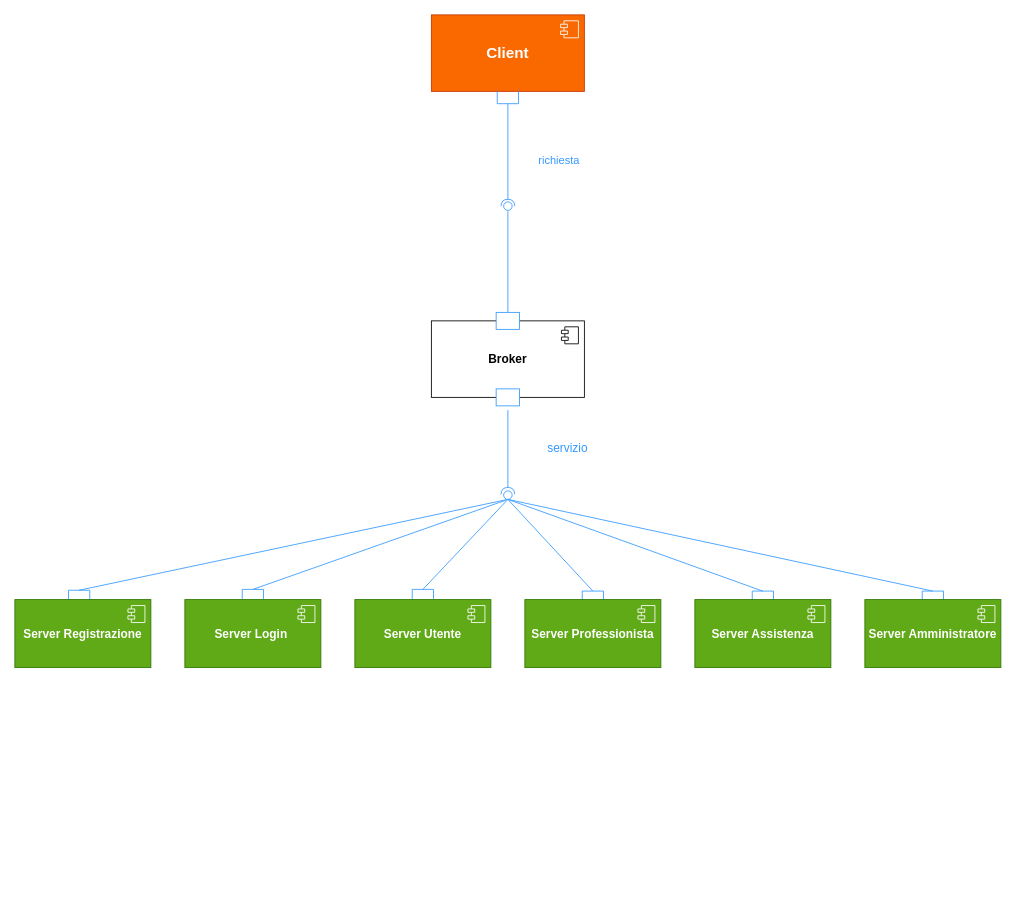
Iannicc/Pet-Party keeps this draw.io diagram as diagramma_componenti_nonFinito.drawio. Above is the earlier version. Source tidied: cells renumbered, new cells numbered last; positions are measured from the earlier drawing's top-left corner, leaving out a move shared by most shapes. Both pictures are drawn from the tidied source at 85%, with x=0, y=0 at pixel (14, 14).
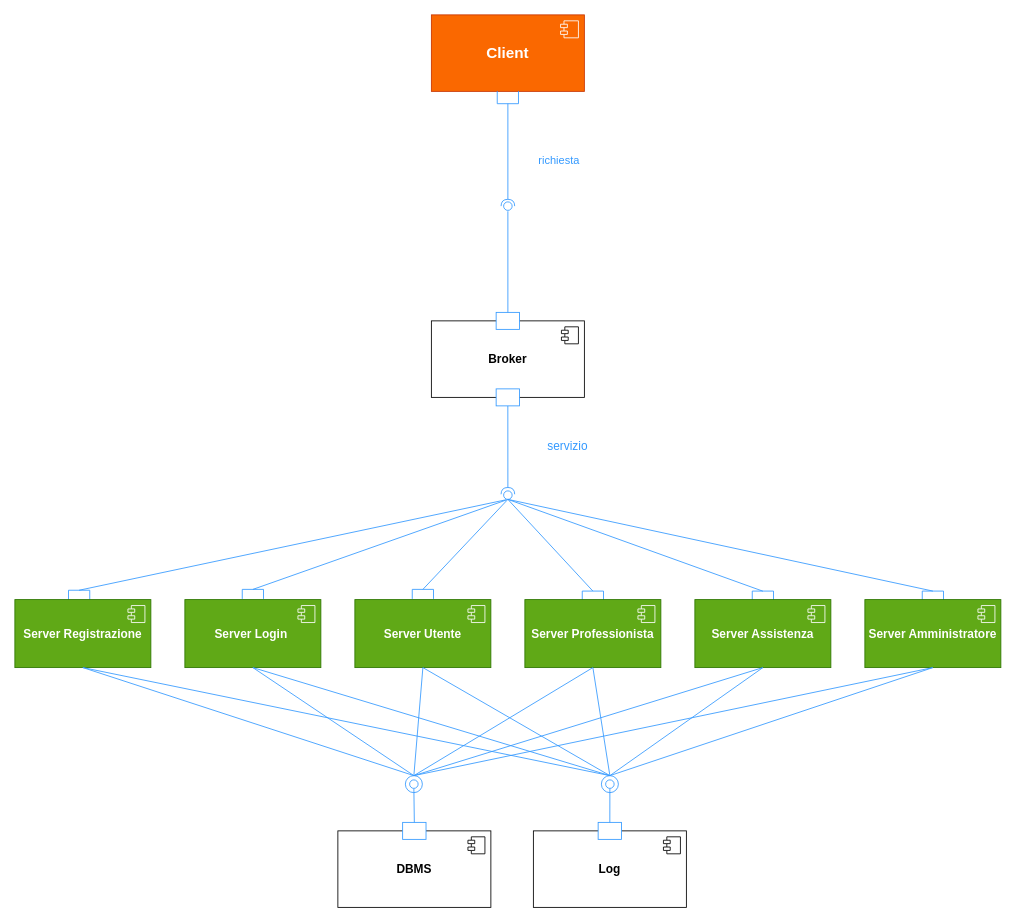
After the change.

Unchanged cells that the change refers to:
```xml
<mxCell id="15" style="rounded=0;whiteSpace=wrap;html=1;strokeColor=#3399FF;" parent="1" vertex="1">
  <mxGeometry x="566.2" y="440" width="27.5" height="20" as="geometry" />
</mxCell>
<mxCell id="16" value="Server Registrazione" style="html=1;whiteSpace=wrap;fillColor=#60a917;strokeColor=#2D7600;fontStyle=1;fontSize=14;fontColor=#ffffff;" parent="1" vertex="1">
  <mxGeometry y="687.9" width="160" height="80" as="geometry" />
</mxCell>
<mxCell id="28" value="Server Login&amp;nbsp;" style="html=1;whiteSpace=wrap;fillColor=#60a917;strokeColor=#2D7600;fontStyle=1;fontSize=14;fontColor=#ffffff;" parent="1" vertex="1">
  <mxGeometry x="200" y="687.9" width="160" height="80" as="geometry" />
</mxCell>
<mxCell id="30" value="Server Utente" style="html=1;whiteSpace=wrap;fillColor=#60a917;strokeColor=#2D7600;fontStyle=1;fontSize=14;fontColor=#ffffff;" parent="1" vertex="1">
  <mxGeometry x="400" y="687.9" width="160" height="80" as="geometry" />
</mxCell>
<mxCell id="32" value="Server Professionista" style="html=1;whiteSpace=wrap;fillColor=#60a917;strokeColor=#2D7600;fontStyle=1;fontSize=14;fontColor=#ffffff;" parent="1" vertex="1">
  <mxGeometry x="600" y="687.9" width="160" height="80" as="geometry" />
</mxCell>
<mxCell id="34" value="Server Assistenza" style="html=1;whiteSpace=wrap;fillColor=#60a917;strokeColor=#2D7600;fontStyle=1;fontSize=14;fontColor=#ffffff;" parent="1" vertex="1">
  <mxGeometry x="800" y="687.9" width="160" height="80" as="geometry" />
</mxCell>
<mxCell id="36" value="Server Amministratore" style="html=1;whiteSpace=wrap;fillColor=#60a917;strokeColor=#2D7600;fontStyle=1;fontSize=14;fontColor=#ffffff;" parent="1" vertex="1">
  <mxGeometry x="1000" y="687.9" width="160" height="80" as="geometry" />
</mxCell>
```

The edit, as a diff of the source:
```diff
@@
-    <mxCell id="12" value="servizio" style="rounded=0;orthogonalLoop=1;jettySize=auto;html=1;endArrow=halfCircle;endFill=0;endSize=6;strokeWidth=1;sketch=0;fillColor=#cce5ff;strokeColor=#3399FF;exitX=0.5;exitY=1;exitDx=0;exitDy=0;fontSize=14;fontColor=#3399FF;" parent="1" edge="1">
+    <mxCell id="12" value="servizio" style="rounded=0;jettySize=auto;html=1;endArrow=halfCircle;endFill=0;endSize=6;strokeWidth=1;sketch=0;fillColor=#cce5ff;strokeColor=#3399FF;exitX=0.5;exitY=1;exitDx=0;exitDy=0;fontSize=14;fontColor=#3399FF;" parent="1" edge="1" source="15">
       <mxGeometry x="-0.09" y="70" relative="1" as="geometry">
-        <mxPoint x="580" y="465" as="sourcePoint" />
         <mxPoint x="580" y="564" as="targetPoint" />
       </mxGeometry>
     </mxCell>
@@
+    <mxCell id="38" value="Log" style="html=1;whiteSpace=wrap;fontStyle=1;fontSize=14;" parent="1" vertex="1">
+      <mxGeometry x="610" y="960" width="180" height="90" as="geometry" />
+    </mxCell>
+    <mxCell id="39" style="shape=module;jettyWidth=8;jettyHeight=4;" parent="38" vertex="1">
+      <mxGeometry x="1" width="20" height="20" relative="1" as="geometry">
+        <mxPoint x="-27" y="7" as="offset" />
+      </mxGeometry>
+    </mxCell>
+    <mxCell id="40" value="DBMS" style="html=1;whiteSpace=wrap;fontStyle=1;fontSize=14;" parent="1" vertex="1">
+      <mxGeometry x="380" y="960" width="180" height="90" as="geometry" />
+    </mxCell>
+    <mxCell id="41" style="shape=module;jettyWidth=8;jettyHeight=4;" parent="40" vertex="1">
+      <mxGeometry x="1" width="20" height="20" relative="1" as="geometry">
+        <mxPoint x="-27" y="7" as="offset" />
+      </mxGeometry>
+    </mxCell>
+    <mxCell id="42" style="rounded=0;whiteSpace=wrap;html=1;strokeColor=#3399FF;" parent="1" vertex="1">
+      <mxGeometry x="456.2" y="950" width="27.5" height="20" as="geometry" />
+    </mxCell>
+    <mxCell id="43" style="rounded=0;whiteSpace=wrap;html=1;strokeColor=#3399FF;" parent="1" vertex="1">
+      <mxGeometry x="686.2" y="950" width="27.5" height="20" as="geometry" />
+    </mxCell>
+    <mxCell id="44" style="rounded=0;jettySize=auto;html=1;endArrow=none;endFill=0;sketch=0;sourcePerimeterSpacing=0;targetPerimeterSpacing=0;exitX=0.5;exitY=0;exitDx=0;exitDy=0;strokeColor=#3399FF;" parent="1" edge="1" source="42" target="45">
+      <mxGeometry relative="1" as="geometry" />
+    </mxCell>
+    <mxCell id="45" style="ellipse;whiteSpace=wrap;html=1;align=center;points=[];outlineConnect=0;sketch=0;strokeColor=#3399FF;" parent="1" vertex="1">
+      <mxGeometry x="464.4" y="900" width="10" height="10" as="geometry" />
+    </mxCell>
+    <mxCell id="46" style="ellipse;whiteSpace=wrap;html=1;fillColor=none;strokeColor=#3399FF;" parent="1" vertex="1">
+      <mxGeometry x="459.4" y="895" width="20" height="20" as="geometry" />
+    </mxCell>
+    <mxCell id="47" style="rounded=0;jettySize=auto;html=1;endArrow=none;endFill=0;sketch=0;sourcePerimeterSpacing=0;targetPerimeterSpacing=0;exitX=0.5;exitY=0;exitDx=0;exitDy=0;strokeColor=#3399FF;" parent="1" edge="1" source="43" target="48">
+      <mxGeometry relative="1" as="geometry" />
+    </mxCell>
+    <mxCell id="48" style="ellipse;whiteSpace=wrap;html=1;align=center;points=[];outlineConnect=0;sketch=0;strokeColor=#3399FF;" parent="1" vertex="1">
+      <mxGeometry x="695" y="900" width="10" height="10" as="geometry" />
+    </mxCell>
+    <mxCell id="49" style="ellipse;whiteSpace=wrap;html=1;fillColor=none;strokeColor=#3399FF;" parent="1" vertex="1">
+      <mxGeometry x="690" y="895" width="20" height="20" as="geometry" />
+    </mxCell>
+    <mxCell id="50" style="rounded=0;jettySize=auto;html=1;endArrow=none;endFill=0;sketch=0;sourcePerimeterSpacing=0;targetPerimeterSpacing=0;fillColor=#cce5ff;strokeColor=#3399FF;entryX=0.5;entryY=1;entryDx=0;entryDy=0;exitX=0.5;exitY=0;exitDx=0;exitDy=0;" parent="1" edge="1" source="46" target="16">
+      <mxGeometry relative="1" as="geometry" />
+    </mxCell>
+    <mxCell id="51" style="rounded=0;jettySize=auto;html=1;endArrow=none;endFill=0;sketch=0;sourcePerimeterSpacing=0;targetPerimeterSpacing=0;fillColor=#cce5ff;strokeColor=#3399FF;entryX=0.5;entryY=1;entryDx=0;entryDy=0;exitX=0.5;exitY=0;exitDx=0;exitDy=0;" parent="1" edge="1" source="46" target="28">
+      <mxGeometry relative="1" as="geometry" />
+    </mxCell>
+    <mxCell id="52" style="rounded=0;jettySize=auto;html=1;endArrow=none;endFill=0;sketch=0;sourcePerimeterSpacing=0;targetPerimeterSpacing=0;fillColor=#cce5ff;strokeColor=#3399FF;entryX=0.5;entryY=1;entryDx=0;entryDy=0;exitX=0.5;exitY=0;exitDx=0;exitDy=0;" parent="1" edge="1" source="46" target="30">
+      <mxGeometry relative="1" as="geometry" />
+    </mxCell>
+    <mxCell id="53" style="rounded=0;jettySize=auto;html=1;endArrow=none;endFill=0;sketch=0;sourcePerimeterSpacing=0;targetPerimeterSpacing=0;fillColor=#cce5ff;strokeColor=#3399FF;entryX=0.5;entryY=1;entryDx=0;entryDy=0;exitX=0.5;exitY=0;exitDx=0;exitDy=0;" parent="1" edge="1" source="46" target="32">
+      <mxGeometry relative="1" as="geometry" />
+    </mxCell>
+    <mxCell id="54" style="rounded=0;jettySize=auto;html=1;endArrow=none;endFill=0;sketch=0;sourcePerimeterSpacing=0;targetPerimeterSpacing=0;fillColor=#cce5ff;strokeColor=#3399FF;entryX=0.5;entryY=1;entryDx=0;entryDy=0;exitX=0.5;exitY=0;exitDx=0;exitDy=0;" parent="1" edge="1" source="46" target="34">
+      <mxGeometry relative="1" as="geometry" />
+    </mxCell>
+    <mxCell id="55" style="rounded=0;jettySize=auto;html=1;endArrow=none;endFill=0;sketch=0;sourcePerimeterSpacing=0;targetPerimeterSpacing=0;fillColor=#cce5ff;strokeColor=#3399FF;entryX=0.5;entryY=1;entryDx=0;entryDy=0;exitX=0.5;exitY=0;exitDx=0;exitDy=0;" parent="1" edge="1" source="46" target="36">
+      <mxGeometry relative="1" as="geometry" />
+    </mxCell>
+    <mxCell id="56" style="rounded=0;jettySize=auto;html=1;endArrow=none;endFill=0;sketch=0;sourcePerimeterSpacing=0;targetPerimeterSpacing=0;fillColor=#cce5ff;strokeColor=#3399FF;exitX=0.5;exitY=0;exitDx=0;exitDy=0;entryX=0.5;entryY=1;entryDx=0;entryDy=0;" parent="1" edge="1" source="49" target="16">
+      <mxGeometry relative="1" as="geometry" />
+    </mxCell>
+    <mxCell id="57" style="rounded=0;jettySize=auto;html=1;endArrow=none;endFill=0;sketch=0;sourcePerimeterSpacing=0;targetPerimeterSpacing=0;fillColor=#cce5ff;strokeColor=#3399FF;exitX=0.5;exitY=0;exitDx=0;exitDy=0;entryX=0.5;entryY=1;entryDx=0;entryDy=0;" parent="1" edge="1" source="49" target="28">
+      <mxGeometry relative="1" as="geometry" />
+    </mxCell>
+    <mxCell id="58" style="rounded=0;jettySize=auto;html=1;endArrow=none;endFill=0;sketch=0;sourcePerimeterSpacing=0;targetPerimeterSpacing=0;fillColor=#cce5ff;strokeColor=#3399FF;entryX=0.5;entryY=1;entryDx=0;entryDy=0;exitX=0.5;exitY=0;exitDx=0;exitDy=0;" parent="1" edge="1" source="49" target="32">
+      <mxGeometry relative="1" as="geometry" />
+    </mxCell>
+    <mxCell id="59" style="rounded=0;jettySize=auto;html=1;endArrow=none;endFill=0;sketch=0;sourcePerimeterSpacing=0;targetPerimeterSpacing=0;fillColor=#cce5ff;strokeColor=#3399FF;entryX=0.5;entryY=1;entryDx=0;entryDy=0;exitX=0.5;exitY=0;exitDx=0;exitDy=0;" parent="1" edge="1" source="49" target="34">
+      <mxGeometry relative="1" as="geometry" />
+    </mxCell>
+    <mxCell id="60" style="rounded=0;jettySize=auto;html=1;endArrow=none;endFill=0;sketch=0;sourcePerimeterSpacing=0;targetPerimeterSpacing=0;fillColor=#cce5ff;strokeColor=#3399FF;entryX=0.5;entryY=1;entryDx=0;entryDy=0;exitX=0.5;exitY=0;exitDx=0;exitDy=0;" parent="1" edge="1" source="49" target="36">
+      <mxGeometry relative="1" as="geometry" />
+    </mxCell>
+    <mxCell id="61" style="rounded=0;jettySize=auto;html=1;endArrow=none;endFill=0;sketch=0;sourcePerimeterSpacing=0;targetPerimeterSpacing=0;fillColor=#cce5ff;strokeColor=#3399FF;entryX=0.5;entryY=1;entryDx=0;entryDy=0;exitX=0.5;exitY=0;exitDx=0;exitDy=0;" parent="1" edge="1" source="49" target="30">
+      <mxGeometry relative="1" as="geometry" />
+    </mxCell>
```
